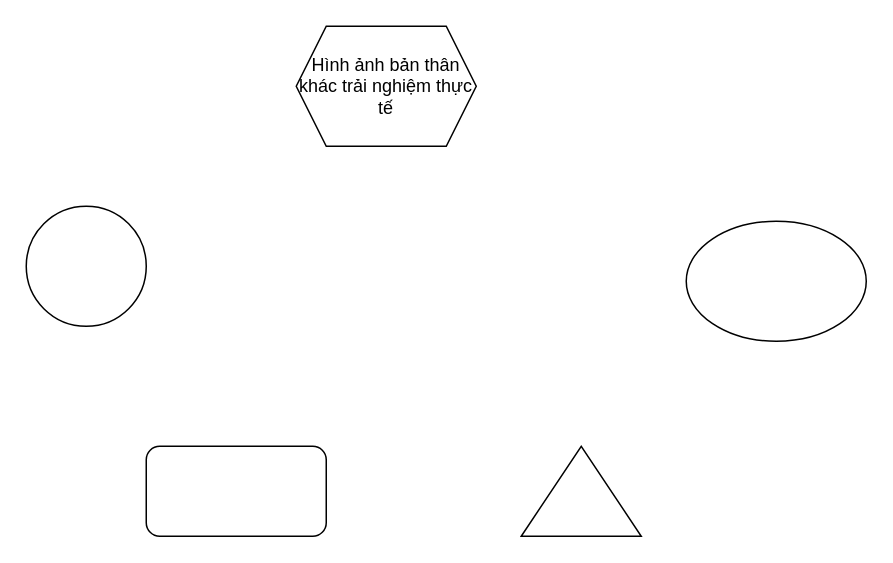
huyle84/diagrams keeps this draw.io diagram as ve-cho-Tuyet.drawio. Above is the earlier version. Source tidied: cells renumbered, new cells numbered last; positions are measured from the earlier drawing's top-left corner, leaving out a move shared by most shapes. Both pictures are drawn from the tidied source at 150%, with x=0, y=0 at pixel (26, 26).
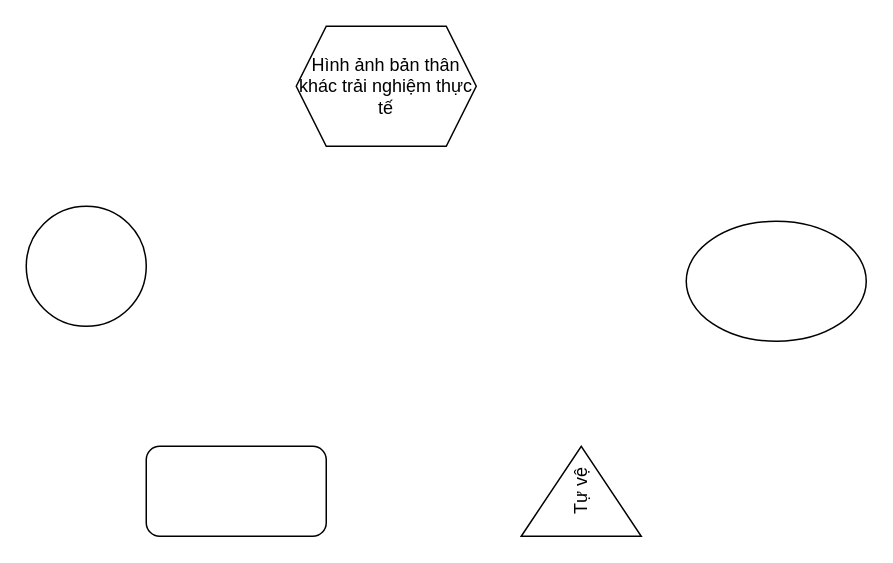
After the change.

What changed in the source:
```diff
@@
 <mxGraphModel>
   <root>
     <mxCell id="0" />
     <mxCell id="1" parent="0" />
     <mxCell id="2" style="ellipse;whiteSpace=wrap;html=1;" parent="1" vertex="1">
       <mxGeometry y="120" width="80" height="80" as="geometry" />
     </mxCell>
     <mxCell id="3" value="Hình ảnh bản thân khác trải nghiệm thực tế" style="shape=hexagon;perimeter=hexagonPerimeter2;whiteSpace=wrap;html=1;fixedSize=1;" parent="1" vertex="1">
       <mxGeometry x="180" width="120" height="80" as="geometry" />
     </mxCell>
     <mxCell id="4" style="ellipse;whiteSpace=wrap;html=1;" parent="1" vertex="1">
       <mxGeometry x="440" y="130" width="120" height="80" as="geometry" />
     </mxCell>
     <mxCell id="5" style="rounded=1;whiteSpace=wrap;html=1;" parent="1" vertex="1">
       <mxGeometry x="80" y="280" width="120" height="60" as="geometry" />
     </mxCell>
-    <mxCell id="6" style="triangle;whiteSpace=wrap;html=1;rotation=-90;" parent="1" vertex="1">
+    <mxCell id="6" value="Tự vệ" style="triangle;whiteSpace=wrap;html=1;rotation=-90;" parent="1" vertex="1">
       <mxGeometry x="340" y="270" width="60" height="80" as="geometry" />
     </mxCell>
   </root>
 </mxGraphModel>
```
